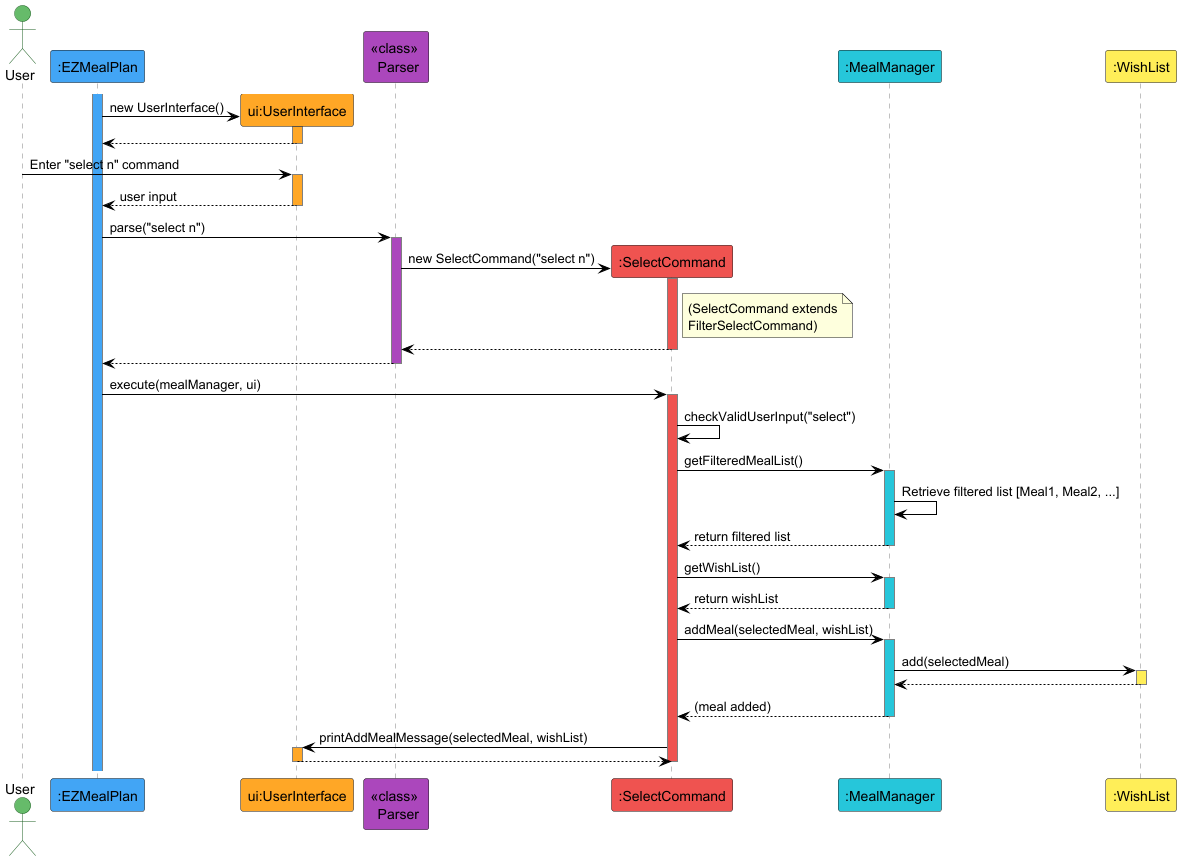
This is docs/diagrams/SelectCommand.png from wentuoc/tp, a PlantUML export, as it was before one commit.
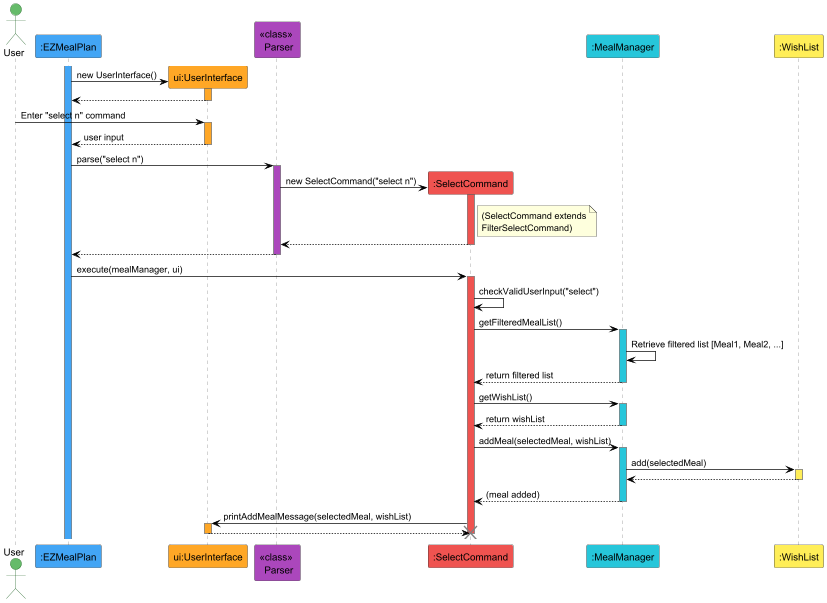
The same diagram one commit later.

What changed in the source:
```diff
@@ -69,5 +69,6 @@
 UI --> SC
 deactivate UI
 deactivate SC
+destroy SC
 
 @enduml
```
